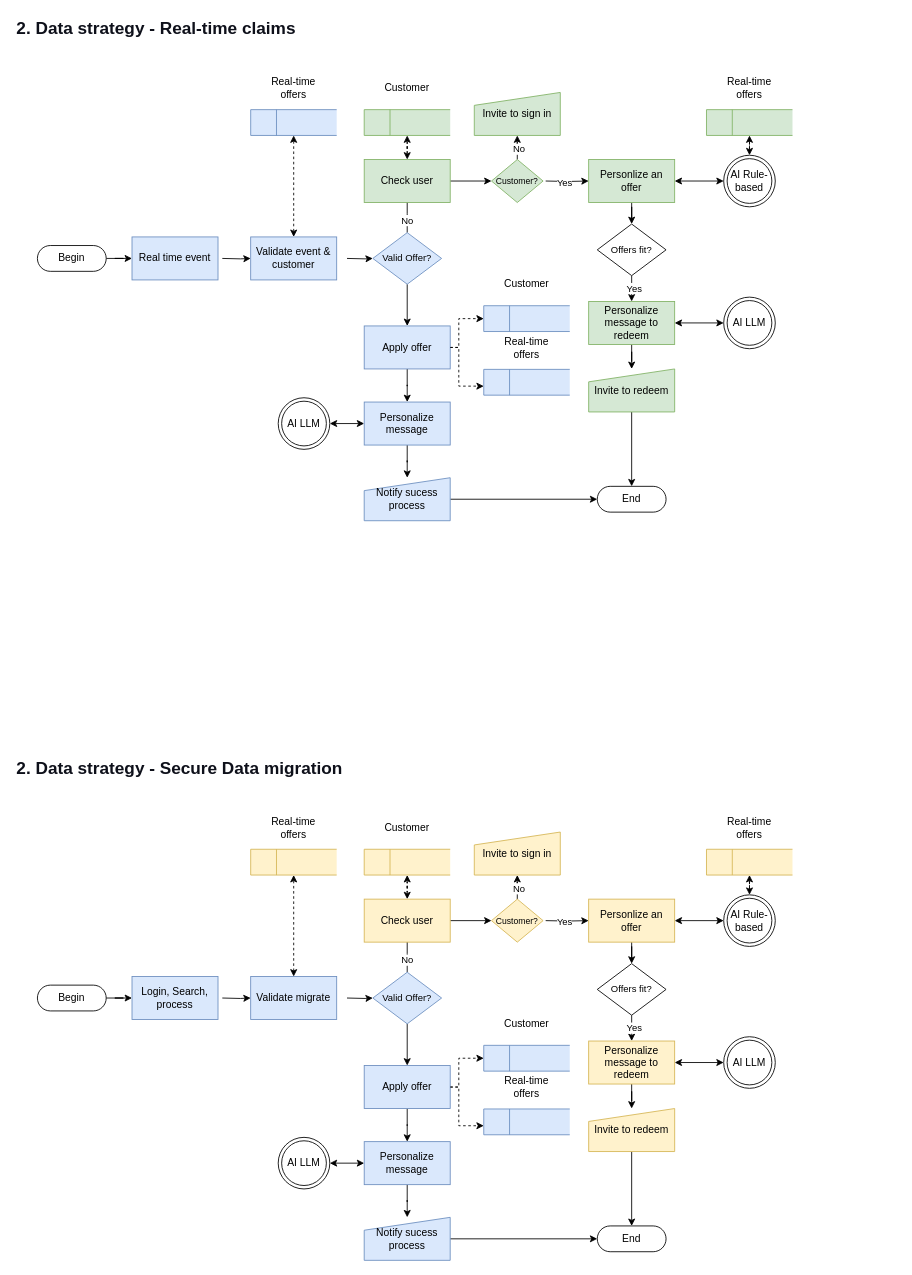
fhermq/diagrams keeps this draw.io diagram as page "2. Data strategy" (2 of 7) of SaaS.drawio. Above is the earlier version. Source tidied: cells renumbered, new cells numbered last; positions are measured from the earlier drawing's top-left corner, leaving out a move shared by most shapes. Both pictures are drawn from the tidied source at 86%, with x=0, y=0 at pixel (15, 15).
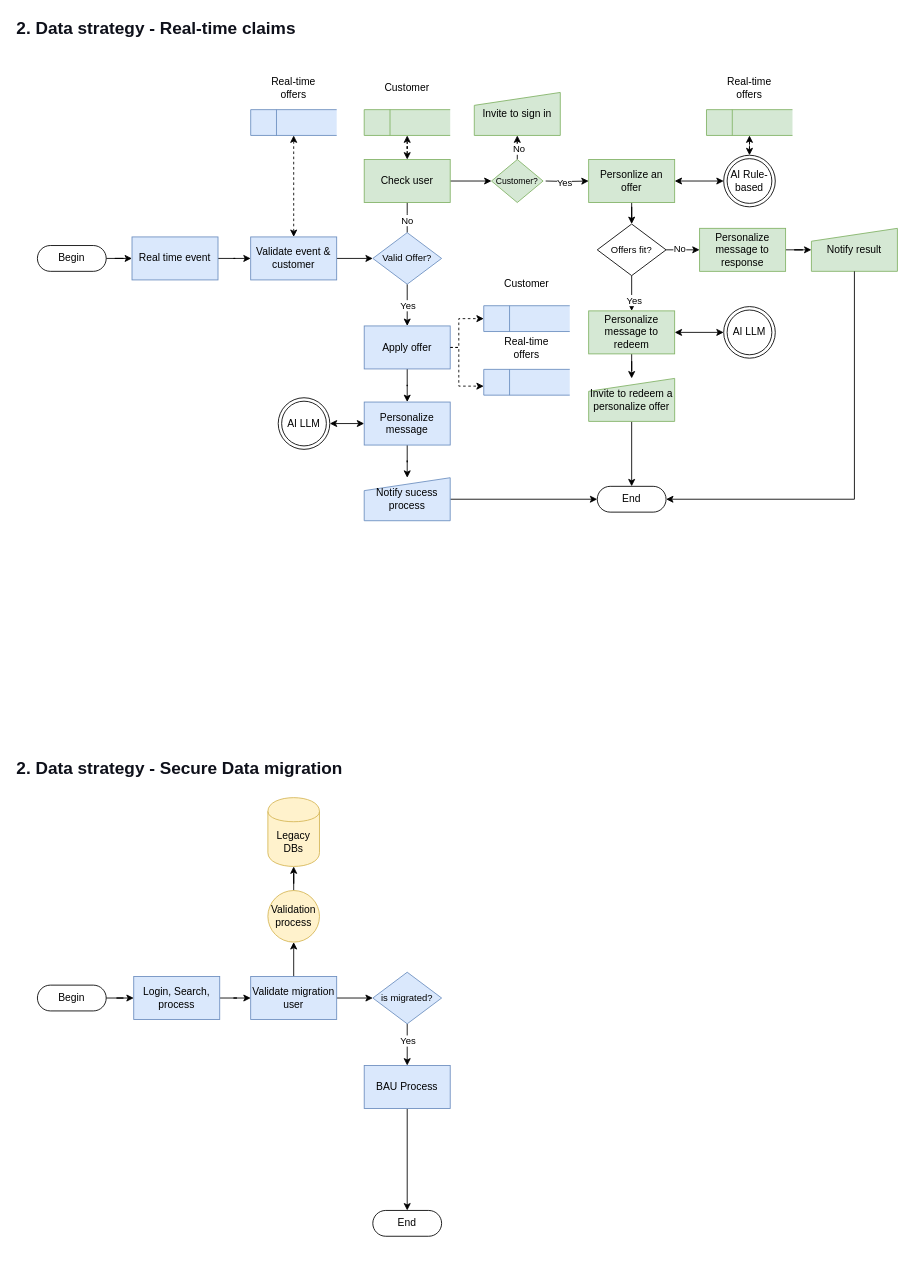
The same page after the edit.

Unchanged cells that the change refers to:
```xml
<mxCell id="6" value="Real time event" style="html=1;dashed=0;whiteSpace=wrap;fillColor=#dae8fc;strokeColor=#6c8ebf;" parent="1" vertex="1">
  <mxGeometry x="136" y="258" width="100" height="50" as="geometry" />
</mxCell>
<mxCell id="9" style="edgeStyle=orthogonalEdgeStyle;rounded=0;jettySize=auto;html=1;entryX=0.5;entryY=0;entryDx=0;entryDy=0;" parent="1" edge="1" source="10" target="42">
  <mxGeometry relative="1" as="geometry" />
</mxCell>
<mxCell id="10" value="Valid Offer?" style="shape=rhombus;html=1;dashed=0;whiteSpace=wrap;perimeter=rhombusPerimeter;fontSize=11;fillColor=#dae8fc;strokeColor=#6c8ebf;" parent="1" vertex="1">
  <mxGeometry x="416" y="253" width="80" height="60" as="geometry" />
</mxCell>
<mxCell id="35" value="Offers fit?" style="shape=rhombus;html=1;dashed=0;whiteSpace=wrap;perimeter=rhombusPerimeter;fontSize=11;" parent="1" vertex="1">
  <mxGeometry x="677" y="243" width="80" height="60" as="geometry" />
</mxCell>
<mxCell id="44" value="Validate event &amp;amp; customer" style="html=1;dashed=0;whiteSpace=wrap;fillColor=#dae8fc;strokeColor=#6c8ebf;" parent="1" vertex="1">
  <mxGeometry x="274" y="258" width="100" height="50" as="geometry" />
</mxCell>
<mxCell id="51" value="End" style="html=1;dashed=0;whiteSpace=wrap;shape=mxgraph.dfd.start;" parent="1" vertex="1">
  <mxGeometry x="677" y="548" width="80" height="30" as="geometry" />
</mxCell>
<mxCell id="73" style="edgeStyle=orthogonalEdgeStyle;rounded=0;jettySize=auto;html=1;entryX=0.5;entryY=0;entryDx=0;entryDy=0;" parent="1" edge="1" source="74" target="106">
  <mxGeometry relative="1" as="geometry" />
</mxCell>
```

Diff of the diagram source:
```diff
@@
-    <mxCell id="5" style="edgeStyle=orthogonalEdgeStyle;rounded=0;jettySize=auto;html=1;" parent="1" edge="1" target="44">
-      <mxGeometry relative="1" as="geometry">
-        <mxPoint x="241" y="283" as="sourcePoint" />
-      </mxGeometry>
-    </mxCell>
+    <mxCell id="130" style="edgeStyle=orthogonalEdgeStyle;rounded=0;jettySize=auto;html=1;" parent="1" edge="1" source="6" target="44">
+      <mxGeometry relative="1" as="geometry" />
+    </mxCell>
@@
+    <mxCell id="131" value="Yes" style="edgeLabel;html=1;align=center;verticalAlign=middle;" parent="9" vertex="1">
+      <mxGeometry x="-0.03" relative="1" as="geometry" />
+    </mxCell>
@@
+    <mxCell id="132" style="edgeStyle=orthogonalEdgeStyle;rounded=0;jettySize=auto;html=1;" parent="1" edge="1" source="35" target="144">
+      <mxGeometry relative="1" as="geometry" />
+    </mxCell>
+    <mxCell id="133" value="No" style="edgeLabel;html=1;align=center;verticalAlign=middle;" parent="132" vertex="1">
+      <mxGeometry x="-0.29" y="2" relative="1" as="geometry" />
+    </mxCell>
@@
-    <mxCell id="43" style="edgeStyle=orthogonalEdgeStyle;rounded=0;jettySize=auto;html=1;" parent="1" edge="1" target="10">
-      <mxGeometry relative="1" as="geometry">
-        <mxPoint x="386" y="283" as="sourcePoint" />
-      </mxGeometry>
-    </mxCell>
+    <mxCell id="134" style="edgeStyle=orthogonalEdgeStyle;rounded=0;jettySize=auto;html=1;" parent="1" edge="1" source="44" target="10">
+      <mxGeometry relative="1" as="geometry" />
+    </mxCell>
@@
     <mxCell id="47" value="Personalize message to redeem" style="html=1;dashed=0;whiteSpace=wrap;fillColor=#d5e8d4;strokeColor=#82b366;" parent="1" vertex="1">
-      <mxGeometry x="667" y="333" width="100" height="50" as="geometry" />
+      <mxGeometry x="667" y="344" width="100" height="50" as="geometry" />
     </mxCell>
     <mxCell id="48" value="AI LLM" style="ellipse;shape=doubleEllipse;html=1;dashed=0;whiteSpace=wrap;" parent="1" vertex="1">
-      <mxGeometry x="824" y="328" width="60" height="60" as="geometry" />
+      <mxGeometry x="824" y="339" width="60" height="60" as="geometry" />
     </mxCell>
@@
-    <mxCell id="50" value="Invite to redeem" style="shape=manualInput;whiteSpace=wrap;html=1;dashed=0;size=15;fillColor=#d5e8d4;strokeColor=#82b366;" parent="1" vertex="1">
-      <mxGeometry x="667" y="411.5" width="100" height="50" as="geometry" />
+    <mxCell id="50" value="Invite to redeem a personalize offer" style="shape=manualInput;whiteSpace=wrap;html=1;dashed=0;size=15;fillColor=#d5e8d4;strokeColor=#82b366;" parent="1" vertex="1">
+      <mxGeometry x="667" y="422.5" width="100" height="50" as="geometry" />
     </mxCell>
@@
-    <mxCell id="69" style="edgeStyle=orthogonalEdgeStyle;rounded=0;jettySize=auto;html=1;" parent="1" edge="1" target="108">
-      <mxGeometry relative="1" as="geometry">
-        <mxPoint x="241" y="1143" as="sourcePoint" />
-      </mxGeometry>
-    </mxCell>
+    <mxCell id="135" style="edgeStyle=orthogonalEdgeStyle;rounded=0;jettySize=auto;html=1;" parent="1" edge="1" source="70" target="108">
+      <mxGeometry relative="1" as="geometry" />
+    </mxCell>
     <mxCell id="70" value="Login, Search, process" style="html=1;dashed=0;whiteSpace=wrap;fillColor=#dae8fc;strokeColor=#6c8ebf;" parent="1" vertex="1">
-      <mxGeometry x="136" y="1118" width="100" height="50" as="geometry" />
+      <mxGeometry x="138" y="1118" width="100" height="50" as="geometry" />
     </mxCell>
-    <mxCell id="71" style="edgeStyle=orthogonalEdgeStyle;rounded=0;jettySize=auto;html=1;" parent="1" edge="1" source="74">
-      <mxGeometry relative="1" as="geometry">
-        <mxPoint x="456" y="1068" as="targetPoint" />
-      </mxGeometry>
-    </mxCell>
-    <mxCell id="72" value="No" style="edgeLabel;html=1;align=center;verticalAlign=middle;" parent="71" vertex="1">
-      <mxGeometry x="-0.36" y="1" relative="1" as="geometry" />
-    </mxCell>
@@
+    <mxCell id="136" value="Yes" style="edgeLabel;html=1;align=center;verticalAlign=middle;" parent="73" vertex="1">
+      <mxGeometry x="-0.2" relative="1" as="geometry" />
+    </mxCell>
-    <mxCell id="74" value="Valid Offer?" style="shape=rhombus;html=1;dashed=0;whiteSpace=wrap;perimeter=rhombusPerimeter;fontSize=11;fillColor=#dae8fc;strokeColor=#6c8ebf;" parent="1" vertex="1">
+    <mxCell id="74" value="is migrated?" style="shape=rhombus;html=1;dashed=0;whiteSpace=wrap;perimeter=rhombusPerimeter;fontSize=11;fillColor=#dae8fc;strokeColor=#6c8ebf;" parent="1" vertex="1">
       <mxGeometry x="416" y="1113" width="80" height="60" as="geometry" />
     </mxCell>
-    <mxCell id="75" style="edgeStyle=orthogonalEdgeStyle;rounded=0;jettySize=auto;html=1;startArrow=classic;startFill=1;exitX=0.5;exitY=0;exitDx=0;exitDy=0;dashed=1;" parent="1" edge="1" source="108" target="78">
-      <mxGeometry relative="1" as="geometry" />
-    </mxCell>
-    <mxCell id="76" style="group;" parent="1" vertex="1">
-      <mxGeometry x="274" y="930" width="100" height="70" as="geometry" />
-    </mxCell>
-    <mxCell id="77" style="group;" parent="76" vertex="1">
-      <mxGeometry width="100" height="70" as="geometry" />
-    </mxCell>
-    <mxCell id="78" style="html=1;dashed=0;whiteSpace=wrap;shape=mxgraph.dfd.dataStoreID;align=left;spacingLeft=3;points=[[0,0],[0.5,0],[1,0],[0,0.5],[1,0.5],[0,1],[0.5,1],[1,1]];fillColor=#fff2cc;strokeColor=#d6b656;" parent="77" vertex="1">
-      <mxGeometry y="40" width="100" height="30" as="geometry" />
-    </mxCell>
-    <mxCell id="79" value="Real-time offers" style="text;html=1;align=center;verticalAlign=middle;whiteSpace=wrap;rounded=0;" parent="77" vertex="1">
-      <mxGeometry x="20" width="60" height="30" as="geometry" />
-    </mxCell>
-    <mxCell id="80" style="edgeStyle=orthogonalEdgeStyle;rounded=0;jettySize=auto;html=1;entryX=0.5;entryY=1;entryDx=0;entryDy=0;startArrow=classic;startFill=1;dashed=1;" parent="1" edge="1" source="82" target="84">
-      <mxGeometry relative="1" as="geometry" />
-    </mxCell>
-    <mxCell id="81" style="edgeStyle=orthogonalEdgeStyle;rounded=0;jettySize=auto;html=1;" parent="1" edge="1" source="82" target="90">
-      <mxGeometry relative="1" as="geometry" />
-    </mxCell>
-    <mxCell id="82" value="Check user" style="html=1;dashed=0;whiteSpace=wrap;fillColor=#fff2cc;strokeColor=#d6b656;" parent="1" vertex="1">
-      <mxGeometry x="406" y="1028" width="100" height="50" as="geometry" />
-    </mxCell>
-    <mxCell id="83" style="group;" parent="1" vertex="1">
-      <mxGeometry x="406" y="930" width="100" height="70" as="geometry" />
-    </mxCell>
-    <mxCell id="84" style="html=1;dashed=0;whiteSpace=wrap;shape=mxgraph.dfd.dataStoreID;align=left;spacingLeft=3;points=[[0,0],[0.5,0],[1,0],[0,0.5],[1,0.5],[0,1],[0.5,1],[1,1]];fillColor=#fff2cc;strokeColor=#d6b656;" parent="83" vertex="1">
-      <mxGeometry y="40" width="100" height="30" as="geometry" />
-    </mxCell>
-    <mxCell id="85" value="Customer" style="text;html=1;align=center;verticalAlign=middle;whiteSpace=wrap;rounded=0;" parent="83" vertex="1">
-      <mxGeometry x="20" width="60" height="30" as="geometry" />
-    </mxCell>
-    <mxCell id="86" style="edgeStyle=orthogonalEdgeStyle;rounded=0;jettySize=auto;html=1;" parent="1" edge="1" source="90" target="91">
-      <mxGeometry relative="1" as="geometry" />
-    </mxCell>
-    <mxCell id="87" value="No" style="edgeLabel;html=1;align=center;verticalAlign=middle;" parent="86" vertex="1">
-      <mxGeometry x="0.42" y="-1" relative="1" as="geometry" />
-    </mxCell>
-    <mxCell id="88" style="edgeStyle=orthogonalEdgeStyle;rounded=0;jettySize=auto;html=1;" parent="1" edge="1" target="94">
-      <mxGeometry relative="1" as="geometry">
-        <mxPoint x="617" y="1053" as="sourcePoint" />
-      </mxGeometry>
-    </mxCell>
-    <mxCell id="89" value="Yes" style="edgeLabel;html=1;align=center;verticalAlign=middle;" parent="88" vertex="1">
-      <mxGeometry x="-0.12" relative="1" as="geometry">
-        <mxPoint y="1" as="offset" />
-      </mxGeometry>
-    </mxCell>
-    <mxCell id="90" value="Customer?" style="shape=rhombus;html=1;dashed=0;whiteSpace=wrap;perimeter=rhombusPerimeter;fontSize=10;fillColor=#fff2cc;strokeColor=#d6b656;" parent="1" vertex="1">
-      <mxGeometry x="554" y="1028" width="60" height="50" as="geometry" />
-    </mxCell>
-    <mxCell id="91" value="Invite to sign in" style="shape=manualInput;whiteSpace=wrap;html=1;dashed=0;size=15;fillColor=#fff2cc;strokeColor=#d6b656;" parent="1" vertex="1">
-      <mxGeometry x="534" y="950" width="100" height="50" as="geometry" />
-    </mxCell>
-    <mxCell id="92" style="edgeStyle=orthogonalEdgeStyle;rounded=0;jettySize=auto;html=1;startArrow=classic;startFill=1;" parent="1" edge="1" source="94" target="96">
-      <mxGeometry relative="1" as="geometry" />
-    </mxCell>
-    <mxCell id="93" style="edgeStyle=orthogonalEdgeStyle;rounded=0;jettySize=auto;html=1;" parent="1" edge="1" source="94" target="99">
-      <mxGeometry relative="1" as="geometry" />
-    </mxCell>
-    <mxCell id="94" value="Personlize an offer" style="html=1;dashed=0;whiteSpace=wrap;fillColor=#fff2cc;strokeColor=#d6b656;" parent="1" vertex="1">
-      <mxGeometry x="667" y="1028" width="100" height="50" as="geometry" />
-    </mxCell>
-    <mxCell id="95" style="edgeStyle=orthogonalEdgeStyle;rounded=0;jettySize=auto;html=1;entryX=0.5;entryY=1;entryDx=0;entryDy=0;startArrow=classic;startFill=1;dashed=1;" parent="1" edge="1" source="96" target="102">
-      <mxGeometry relative="1" as="geometry" />
-    </mxCell>
-    <mxCell id="96" value="AI Rule-based" style="ellipse;shape=doubleEllipse;html=1;dashed=0;whiteSpace=wrap;" parent="1" vertex="1">
-      <mxGeometry x="824" y="1023" width="60" height="60" as="geometry" />
-    </mxCell>
-    <mxCell id="97" style="edgeStyle=orthogonalEdgeStyle;rounded=0;jettySize=auto;html=1;" parent="1" edge="1" source="99" target="111">
-      <mxGeometry relative="1" as="geometry" />
-    </mxCell>
-    <mxCell id="98" value="Yes" style="edgeLabel;html=1;align=center;verticalAlign=middle;" parent="97" vertex="1">
-      <mxGeometry x="0.35" y="2" relative="1" as="geometry" />
-    </mxCell>
-    <mxCell id="99" value="Offers fit?" style="shape=rhombus;html=1;dashed=0;whiteSpace=wrap;perimeter=rhombusPerimeter;fontSize=11;" parent="1" vertex="1">
-      <mxGeometry x="677" y="1103" width="80" height="60" as="geometry" />
-    </mxCell>
-    <mxCell id="100" style="group;" parent="1" vertex="1">
-      <mxGeometry x="804" y="930" width="100" height="70" as="geometry" />
-    </mxCell>
-    <mxCell id="101" style="group;" parent="100" vertex="1">
-      <mxGeometry width="100" height="70" as="geometry" />
-    </mxCell>
-    <mxCell id="102" style="html=1;dashed=0;whiteSpace=wrap;shape=mxgraph.dfd.dataStoreID;align=left;spacingLeft=3;points=[[0,0],[0.5,0],[1,0],[0,0.5],[1,0.5],[0,1],[0.5,1],[1,1]];fillColor=#fff2cc;strokeColor=#d6b656;" parent="101" vertex="1">
-      <mxGeometry y="40" width="100" height="30" as="geometry" />
-    </mxCell>
-    <mxCell id="103" value="Real-time offers" style="text;html=1;align=center;verticalAlign=middle;whiteSpace=wrap;rounded=0;" parent="101" vertex="1">
-      <mxGeometry x="20" width="60" height="30" as="geometry" />
-    </mxCell>
-    <mxCell id="104" style="edgeStyle=orthogonalEdgeStyle;rounded=0;jettySize=auto;html=1;dashed=1;" parent="1" edge="1" source="106" target="121">
-      <mxGeometry relative="1" as="geometry">
-        <Array as="points">
-          <mxPoint x="516" y="1247" />
-          <mxPoint x="516" y="1213" />
-        </Array>
-      </mxGeometry>
-    </mxCell>
-    <mxCell id="105" style="edgeStyle=orthogonalEdgeStyle;rounded=0;jettySize=auto;html=1;" parent="1" edge="1" source="106" target="127">
-      <mxGeometry relative="1" as="geometry" />
-    </mxCell>
+    <mxCell id="137" style="edgeStyle=orthogonalEdgeStyle;rounded=0;jettySize=auto;html=1;" parent="1" edge="1" source="106" target="115">
+      <mxGeometry relative="1" as="geometry" />
+    </mxCell>
-    <mxCell id="106" value="Apply offer" style="html=1;dashed=0;whiteSpace=wrap;fillColor=#dae8fc;strokeColor=#6c8ebf;" parent="1" vertex="1">
+    <mxCell id="106" value="BAU Process" style="html=1;dashed=0;whiteSpace=wrap;fillColor=#dae8fc;strokeColor=#6c8ebf;" parent="1" vertex="1">
       <mxGeometry x="406" y="1221.5" width="100" height="50" as="geometry" />
     </mxCell>
-    <mxCell id="107" style="edgeStyle=orthogonalEdgeStyle;rounded=0;jettySize=auto;html=1;" parent="1" edge="1" target="74">
-      <mxGeometry relative="1" as="geometry">
-        <mxPoint x="386" y="1143" as="sourcePoint" />
-      </mxGeometry>
-    </mxCell>
+    <mxCell id="138" style="edgeStyle=orthogonalEdgeStyle;rounded=0;jettySize=auto;html=1;" parent="1" edge="1" source="108" target="142">
+      <mxGeometry relative="1" as="geometry" />
+    </mxCell>
+    <mxCell id="139" style="edgeStyle=orthogonalEdgeStyle;rounded=0;jettySize=auto;html=1;" parent="1" edge="1" source="108" target="74">
+      <mxGeometry relative="1" as="geometry" />
+    </mxCell>
-    <mxCell id="108" value="Validate migrate" style="html=1;dashed=0;whiteSpace=wrap;fillColor=#dae8fc;strokeColor=#6c8ebf;" parent="1" vertex="1">
+    <mxCell id="108" value="Validate migration user" style="html=1;dashed=0;whiteSpace=wrap;fillColor=#dae8fc;strokeColor=#6c8ebf;" parent="1" vertex="1">
       <mxGeometry x="274" y="1118" width="100" height="50" as="geometry" />
     </mxCell>
-    <mxCell id="109" style="edgeStyle=orthogonalEdgeStyle;rounded=0;jettySize=auto;html=1;startArrow=classic;startFill=1;" parent="1" edge="1" source="111" target="112">
-      <mxGeometry relative="1" as="geometry" />
-    </mxCell>
-    <mxCell id="110" style="edgeStyle=orthogonalEdgeStyle;rounded=0;jettySize=auto;html=1;" parent="1" edge="1" source="111" target="114">
-      <mxGeometry relative="1" as="geometry" />
-    </mxCell>
-    <mxCell id="111" value="Personalize message to redeem" style="html=1;dashed=0;whiteSpace=wrap;fillColor=#fff2cc;strokeColor=#d6b656;" parent="1" vertex="1">
-      <mxGeometry x="667" y="1193" width="100" height="50" as="geometry" />
-    </mxCell>
-    <mxCell id="112" value="AI LLM" style="ellipse;shape=doubleEllipse;html=1;dashed=0;whiteSpace=wrap;" parent="1" vertex="1">
-      <mxGeometry x="824" y="1188" width="60" height="60" as="geometry" />
-    </mxCell>
-    <mxCell id="113" style="edgeStyle=orthogonalEdgeStyle;rounded=0;jettySize=auto;html=1;" parent="1" edge="1" source="114" target="115">
-      <mxGeometry relative="1" as="geometry" />
-    </mxCell>
-    <mxCell id="114" value="Invite to redeem" style="shape=manualInput;whiteSpace=wrap;html=1;dashed=0;size=15;fillColor=#fff2cc;strokeColor=#d6b656;" parent="1" vertex="1">
-      <mxGeometry x="667" y="1271.5" width="100" height="50" as="geometry" />
-    </mxCell>
     <mxCell id="115" value="End" style="html=1;dashed=0;whiteSpace=wrap;shape=mxgraph.dfd.start;" parent="1" vertex="1">
-      <mxGeometry x="677" y="1408" width="80" height="30" as="geometry" />
+      <mxGeometry x="416" y="1390" width="80" height="30" as="geometry" />
     </mxCell>
-    <mxCell id="116" style="group;" parent="1" vertex="1">
-      <mxGeometry x="545" y="1232" width="100" height="70" as="geometry" />
-    </mxCell>
-    <mxCell id="117" style="group;" parent="116" vertex="1">
-      <mxGeometry width="100" height="70" as="geometry" />
-    </mxCell>
-    <mxCell id="118" style="html=1;dashed=0;whiteSpace=wrap;shape=mxgraph.dfd.dataStoreID;align=left;spacingLeft=3;points=[[0,0],[0.5,0],[1,0],[0,0.5],[1,0.5],[0,1],[0.5,1],[1,1]];fillColor=#dae8fc;strokeColor=#6c8ebf;" parent="117" vertex="1">
-      <mxGeometry y="40" width="100" height="30" as="geometry" />
-    </mxCell>
-    <mxCell id="119" value="Real-time offers" style="text;html=1;align=center;verticalAlign=middle;whiteSpace=wrap;rounded=0;" parent="117" vertex="1">
-      <mxGeometry x="20" width="60" height="30" as="geometry" />
-    </mxCell>
-    <mxCell id="120" style="group;" parent="1" vertex="1">
-      <mxGeometry x="545" y="1158" width="100" height="70" as="geometry" />
-    </mxCell>
-    <mxCell id="121" style="html=1;dashed=0;whiteSpace=wrap;shape=mxgraph.dfd.dataStoreID;align=left;spacingLeft=3;points=[[0,0],[0.5,0],[1,0],[0,0.5],[1,0.5],[0,1],[0.5,1],[1,1]];fillColor=#dae8fc;strokeColor=#6c8ebf;" parent="120" vertex="1">
-      <mxGeometry y="40" width="100" height="30" as="geometry" />
-    </mxCell>
-    <mxCell id="122" value="Customer" style="text;html=1;align=center;verticalAlign=middle;whiteSpace=wrap;rounded=0;" parent="120" vertex="1">
-      <mxGeometry x="20" width="60" height="30" as="geometry" />
-    </mxCell>
-    <mxCell id="123" style="edgeStyle=orthogonalEdgeStyle;rounded=0;jettySize=auto;html=1;entryX=0;entryY=0.65;entryDx=0;entryDy=0;entryPerimeter=0;dashed=1;" parent="1" edge="1" source="106" target="118">
-      <mxGeometry relative="1" as="geometry">
-        <Array as="points">
-          <mxPoint x="516" y="1247" />
-          <mxPoint x="516" y="1291" />
-        </Array>
-      </mxGeometry>
-    </mxCell>
-    <mxCell id="124" value="AI LLM" style="ellipse;shape=doubleEllipse;html=1;dashed=0;whiteSpace=wrap;" parent="1" vertex="1">
-      <mxGeometry x="306" y="1305" width="60" height="60" as="geometry" />
-    </mxCell>
-    <mxCell id="125" style="edgeStyle=orthogonalEdgeStyle;rounded=0;jettySize=auto;html=1;startArrow=classic;startFill=1;" parent="1" edge="1" source="127" target="124">
-      <mxGeometry relative="1" as="geometry" />
-    </mxCell>
-    <mxCell id="126" style="edgeStyle=orthogonalEdgeStyle;rounded=0;jettySize=auto;html=1;" parent="1" edge="1" source="127" target="129">
-      <mxGeometry relative="1" as="geometry" />
-    </mxCell>
-    <mxCell id="127" value="Personalize message" style="html=1;dashed=0;whiteSpace=wrap;fillColor=#dae8fc;strokeColor=#6c8ebf;" parent="1" vertex="1">
-      <mxGeometry x="406" y="1310" width="100" height="50" as="geometry" />
-    </mxCell>
-    <mxCell id="128" style="edgeStyle=orthogonalEdgeStyle;rounded=0;jettySize=auto;html=1;" parent="1" edge="1" source="129" target="115">
-      <mxGeometry relative="1" as="geometry" />
-    </mxCell>
-    <mxCell id="129" value="Notify sucess process" style="shape=manualInput;whiteSpace=wrap;html=1;dashed=0;size=15;fillColor=#dae8fc;strokeColor=#6c8ebf;" parent="1" vertex="1">
-      <mxGeometry x="406" y="1398" width="100" height="50" as="geometry" />
-    </mxCell>
+    <mxCell id="140" value="Legacy DBs" style="shape=cylinder;whiteSpace=wrap;html=1;boundedLbl=1;backgroundOutline=1;fillColor=#fff2cc;strokeColor=#d6b656;" parent="1" vertex="1">
+      <mxGeometry x="294" y="910" width="60" height="80" as="geometry" />
+    </mxCell>
+    <mxCell id="141" style="edgeStyle=orthogonalEdgeStyle;rounded=0;jettySize=auto;html=1;" parent="1" edge="1" source="142" target="140">
+      <mxGeometry relative="1" as="geometry" />
+    </mxCell>
+    <mxCell id="142" value="Validation process" style="shape=ellipse;html=1;dashed=0;whiteSpace=wrap;perimeter=ellipsePerimeter;fillColor=#fff2cc;strokeColor=#d6b656;" parent="1" vertex="1">
+      <mxGeometry x="294" y="1018" width="60" height="60" as="geometry" />
+    </mxCell>
+    <mxCell id="143" style="edgeStyle=orthogonalEdgeStyle;rounded=0;jettySize=auto;html=1;" parent="1" edge="1" source="144" target="145">
+      <mxGeometry relative="1" as="geometry" />
+    </mxCell>
+    <mxCell id="144" value="Personalize message to response" style="html=1;dashed=0;whiteSpace=wrap;fillColor=#d5e8d4;strokeColor=#82b366;" parent="1" vertex="1">
+      <mxGeometry x="796" y="248" width="100" height="50" as="geometry" />
+    </mxCell>
+    <mxCell id="145" value="Notify result" style="shape=manualInput;whiteSpace=wrap;html=1;dashed=0;size=15;fillColor=#d5e8d4;strokeColor=#82b366;" parent="1" vertex="1">
+      <mxGeometry x="926" y="248" width="100" height="50" as="geometry" />
+    </mxCell>
+    <mxCell id="146" style="edgeStyle=orthogonalEdgeStyle;rounded=0;jettySize=auto;html=1;entryX=1;entryY=0.5;entryDx=0;entryDy=0;entryPerimeter=0;" parent="1" edge="1" source="145" target="51">
+      <mxGeometry relative="1" as="geometry">
+        <Array as="points">
+          <mxPoint x="976" y="563" />
+        </Array>
+      </mxGeometry>
+    </mxCell>
```
